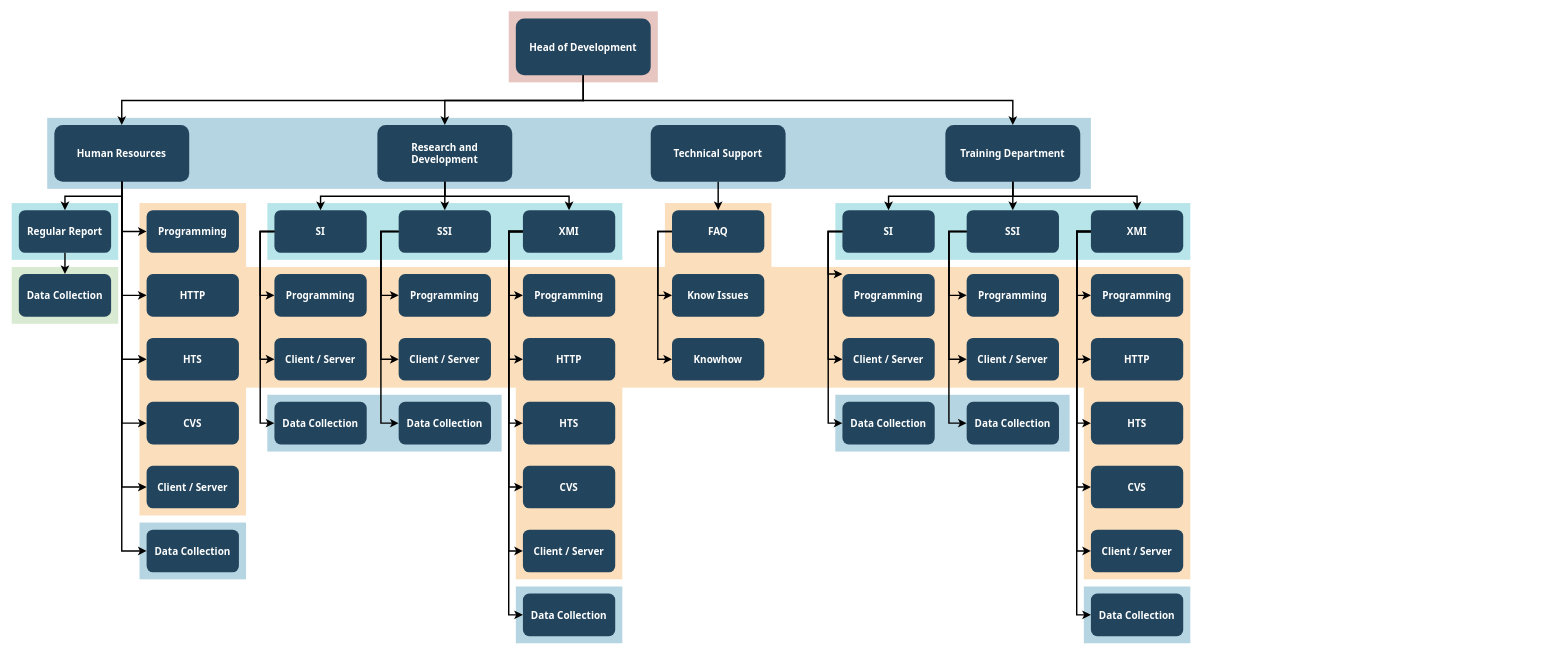
This is Untitled Diagram.drawio from kdy1994kko/100-projects, a draw.io file, before an edit. Source tidied: cells renumbered, new cells numbered last; positions are measured from the earlier drawing's top-left corner, leaving out a move shared by most shapes. Both pictures are drawn from the tidied source at 71%, with x=0, y=0 at pixel (11, 11).
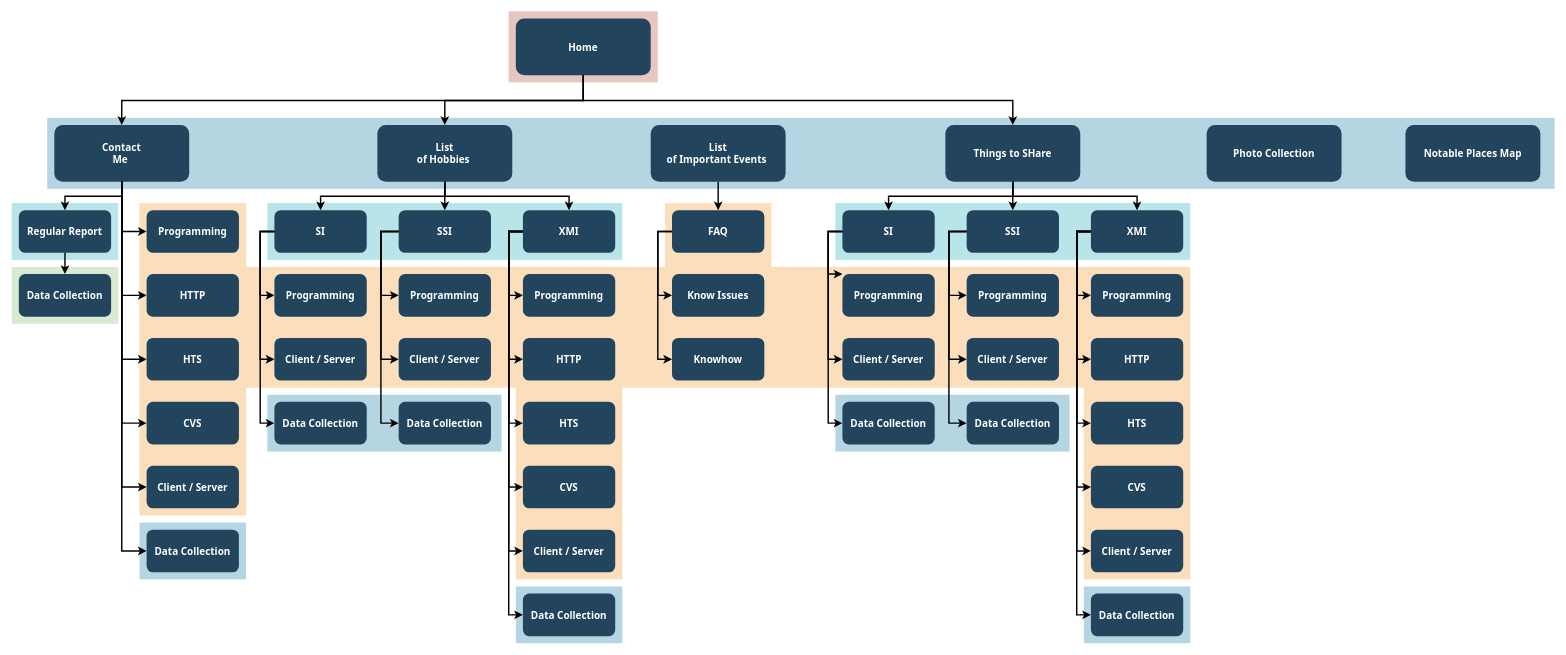
The same diagram, later.

Commit message:
Milestone 1 sitmap

Change to the diagram source:
```diff
@@
     <mxCell id="3" style="fillColor=#10739E;strokeColor=none;opacity=30;" parent="1" vertex="1">
-      <mxGeometry x="50" y="149.5" width="1470" height="100" as="geometry" />
+      <mxGeometry x="50" y="149.5" width="2123" height="100" as="geometry" />
     </mxCell>
@@
-    <mxCell id="18" value="Head of Development" style="rounded=1;fillColor=#23445D;gradientColor=none;strokeColor=none;fontColor=#FFFFFF;fontStyle=1;fontFamily=Tahoma;fontSize=14;" parent="1" vertex="1">
+    <mxCell id="18" value="Home" style="rounded=1;fillColor=#23445D;gradientColor=none;strokeColor=none;fontColor=#FFFFFF;fontStyle=1;fontFamily=Tahoma;fontSize=14;" parent="1" vertex="1">
       <mxGeometry x="710" y="9.5" width="190" height="80" as="geometry" />
     </mxCell>
-    <mxCell id="19" value="Training Department" style="rounded=1;fillColor=#23445D;gradientColor=none;strokeColor=none;fontColor=#FFFFFF;fontStyle=1;fontFamily=Tahoma;fontSize=14;" parent="1" vertex="1">
+    <mxCell id="19" value="Things to SHare" style="rounded=1;fillColor=#23445D;gradientColor=none;strokeColor=none;fontColor=#FFFFFF;fontStyle=1;fontFamily=Tahoma;fontSize=14;" parent="1" vertex="1">
       <mxGeometry x="1315" y="159.5" width="190" height="80" as="geometry" />
     </mxCell>
@@
-    <mxCell id="21" value="Technical Support" style="rounded=1;fillColor=#23445D;gradientColor=none;strokeColor=none;fontColor=#FFFFFF;fontStyle=1;fontFamily=Tahoma;fontSize=14;" parent="1" vertex="1">
+    <mxCell id="21" value="List&#10;of Important Events " style="rounded=1;fillColor=#23445D;gradientColor=none;strokeColor=none;fontColor=#FFFFFF;fontStyle=1;fontFamily=Tahoma;fontSize=14;" parent="1" vertex="1">
       <mxGeometry x="900" y="159.5" width="190" height="80" as="geometry" />
     </mxCell>
-    <mxCell id="22" value="Research and &#10;Development" style="rounded=1;fillColor=#23445D;gradientColor=none;strokeColor=none;fontColor=#FFFFFF;fontStyle=1;fontFamily=Tahoma;fontSize=14;" parent="1" vertex="1">
+    <mxCell id="22" value="List&#10;of Hobbies " style="rounded=1;fillColor=#23445D;gradientColor=none;strokeColor=none;fontColor=#FFFFFF;fontStyle=1;fontFamily=Tahoma;fontSize=14;" parent="1" vertex="1">
       <mxGeometry x="515" y="159.5" width="190" height="80" as="geometry" />
     </mxCell>
-    <mxCell id="23" value="Human Resources" style="rounded=1;fillColor=#23445D;gradientColor=none;strokeColor=none;fontColor=#FFFFFF;fontStyle=1;fontFamily=Tahoma;fontSize=14;" parent="1" vertex="1">
+    <mxCell id="23" value="Contact&#10;Me " style="rounded=1;fillColor=#23445D;gradientColor=none;strokeColor=none;fontColor=#FFFFFF;fontStyle=1;fontFamily=Tahoma;fontSize=14;" parent="1" vertex="1">
       <mxGeometry x="60" y="159.5" width="190" height="80" as="geometry" />
     </mxCell>
@@
+    <mxCell id="108" value="Photo Collection" style="rounded=1;fillColor=#23445D;gradientColor=none;strokeColor=none;fontColor=#FFFFFF;fontStyle=1;fontFamily=Tahoma;fontSize=14;" parent="1" vertex="1">
+      <mxGeometry x="1683" y="159.5" width="190" height="80" as="geometry" />
+    </mxCell>
+    <mxCell id="109" value="Notable Places Map" style="rounded=1;fillColor=#23445D;gradientColor=none;strokeColor=none;fontColor=#FFFFFF;fontStyle=1;fontFamily=Tahoma;fontSize=14;" parent="1" vertex="1">
+      <mxGeometry x="1963" y="159.5" width="190" height="80" as="geometry" />
+    </mxCell>
```
